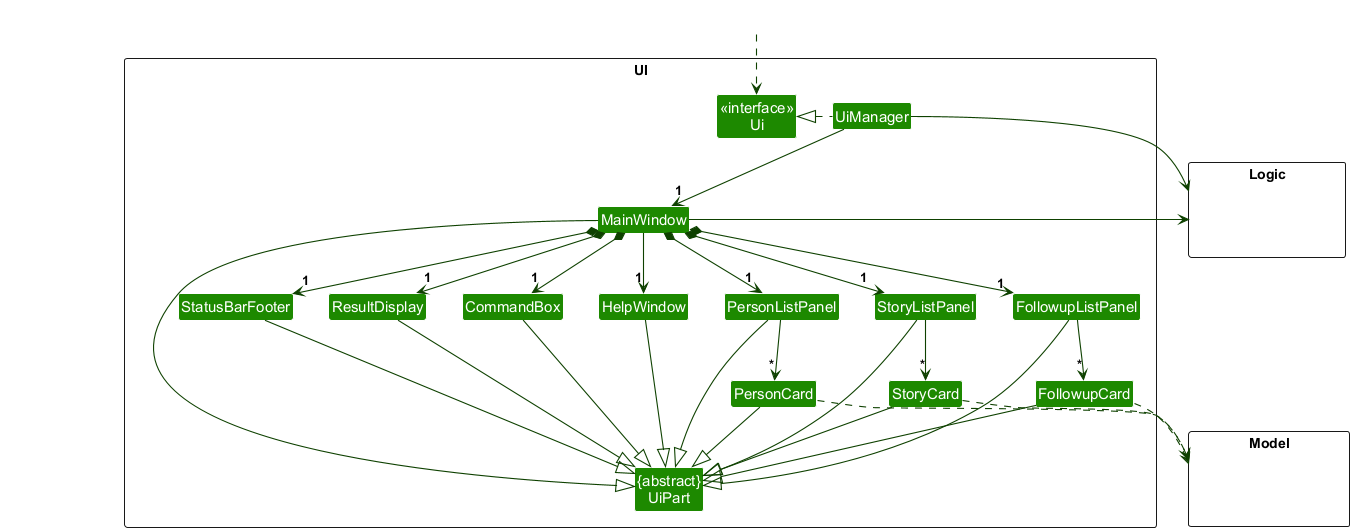
Above: docs/images/UiClassDiagram.png in AY2627S1-CS2103T-T13-3/tp (PlantUML), before the change.
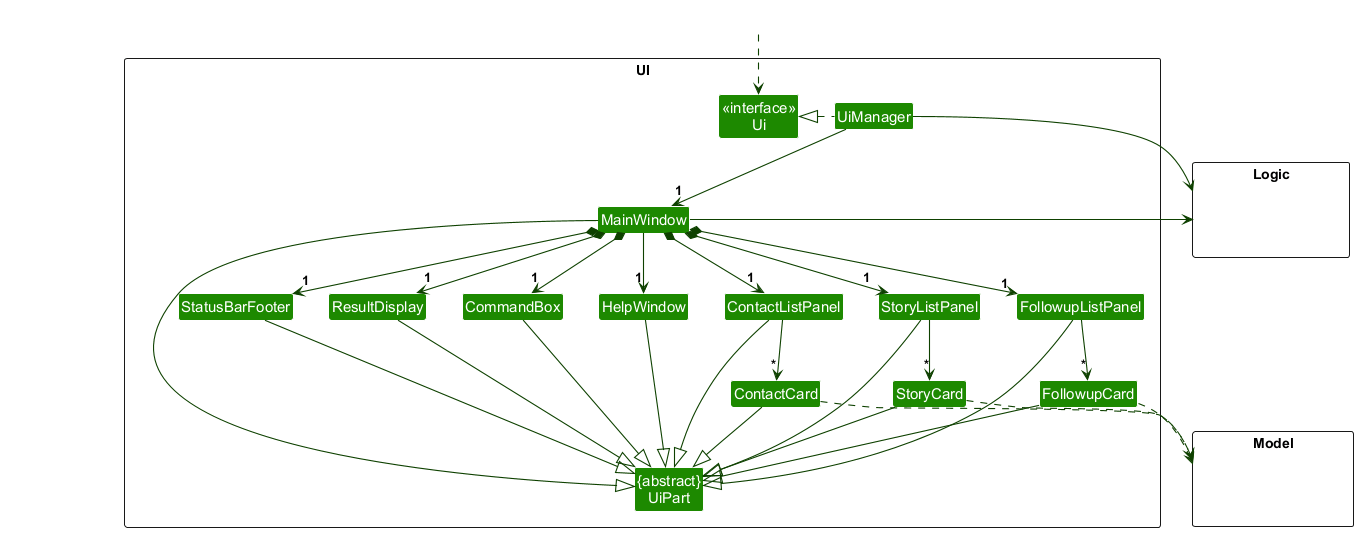
The same diagram one commit later.

What changed in the source:
```diff
@@ -11,8 +11,8 @@
 Class MainWindow
 Class HelpWindow
 Class ResultDisplay
-Class PersonListPanel
-Class PersonCard
+Class ContactListPanel
+Class ContactCard
 Class StoryListPanel
 Class StoryCard
 Class FollowupListPanel
@@ -36,13 +36,13 @@
 UiManager -down-> "1" MainWindow
 MainWindow *-down->  "1" CommandBox
 MainWindow *-down-> "1" ResultDisplay
-MainWindow *-down-> "1" PersonListPanel
+MainWindow *-down-> "1" ContactListPanel
 MainWindow *-down-> "1" StoryListPanel
 MainWindow *-down-> "1" FollowupListPanel
 MainWindow *-down-> "1" StatusBarFooter
 MainWindow --> "1" HelpWindow
 
-PersonListPanel -down-> "*" PersonCard
+ContactListPanel -down-> "*" ContactCard
 StoryListPanel -down-> "*" StoryCard
 FollowupListPanel -down-> "*" FollowupCard
 
@@ -50,8 +50,8 @@
 
 ResultDisplay --|> UiPart
 CommandBox --|> UiPart
-PersonListPanel --|> UiPart
-PersonCard --|> UiPart
+ContactListPanel --|> UiPart
+ContactCard --|> UiPart
 StoryListPanel --|> UiPart
 StoryCard --|> UiPart
 FollowupListPanel --|> UiPart
@@ -59,13 +59,13 @@
 StatusBarFooter --|> UiPart
 HelpWindow --|> UiPart
 
-PersonCard ..> Model
+ContactCard ..> Model
 StoryCard ..> Model
 FollowupCard ..> Model
 UiManager -right-> Logic
 MainWindow -left-> Logic
 
-PersonListPanel -[hidden]left- HelpWindow
+ContactListPanel -[hidden]left- HelpWindow
 HelpWindow -[hidden]left- CommandBox
 CommandBox -[hidden]left- ResultDisplay
 ResultDisplay -[hidden]left- StatusBarFooter
```
